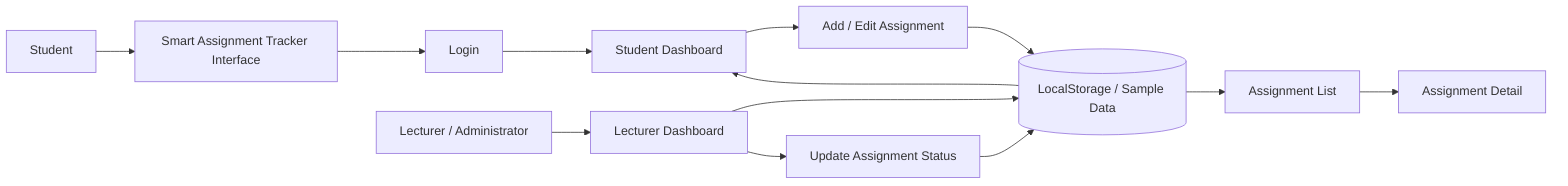
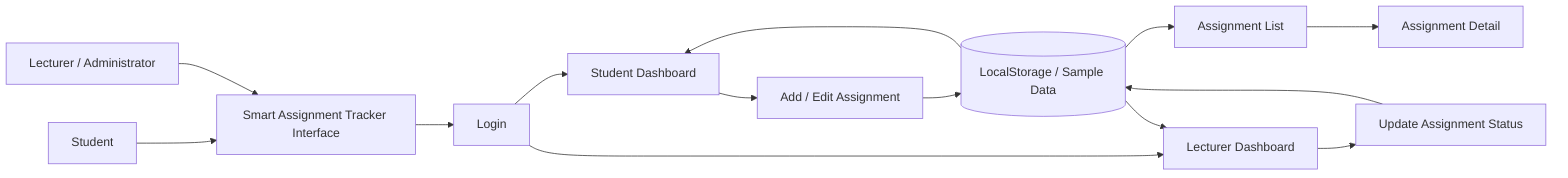
flowchart LR
    S[Student] --> UI[Smart Assignment Tracker Interface]
+     L[Lecturer / Administrator] --> UI
+ 
    UI --> LOGIN[Login]
+ 
    LOGIN --> DASH[Student Dashboard]
+     LOGIN --> ADMIN[Lecturer Dashboard]
+ 
    DASH --> FORM[Add / Edit Assignment]
    FORM --> STORE[(LocalStorage / Sample Data)]
+ 
    STORE --> LIST[Assignment List]
    LIST --> DETAIL[Assignment Detail]
-     STORE --> DASH

-     L[Lecturer / Administrator] --> ADMIN[Lecturer Dashboard]
-     ADMIN --> STORE
    ADMIN --> STATUS[Update Assignment Status]
    STATUS --> STORE
+ 
+     STORE --> DASH
+     STORE --> ADMIN
